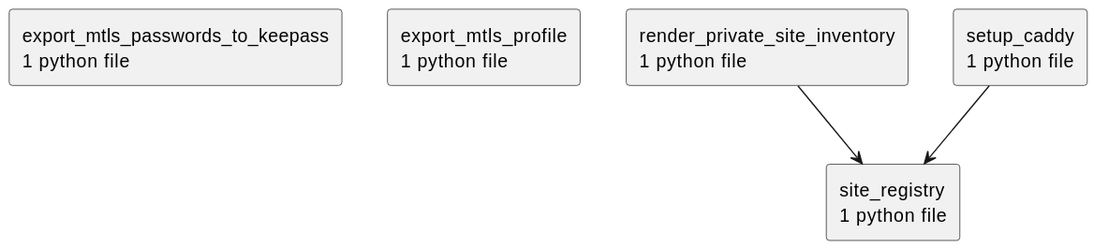
casonk/wiring-harness keeps this PlantUML diagram as docs/diagrams/python-packages.puml.svg. Above is the earlier version.
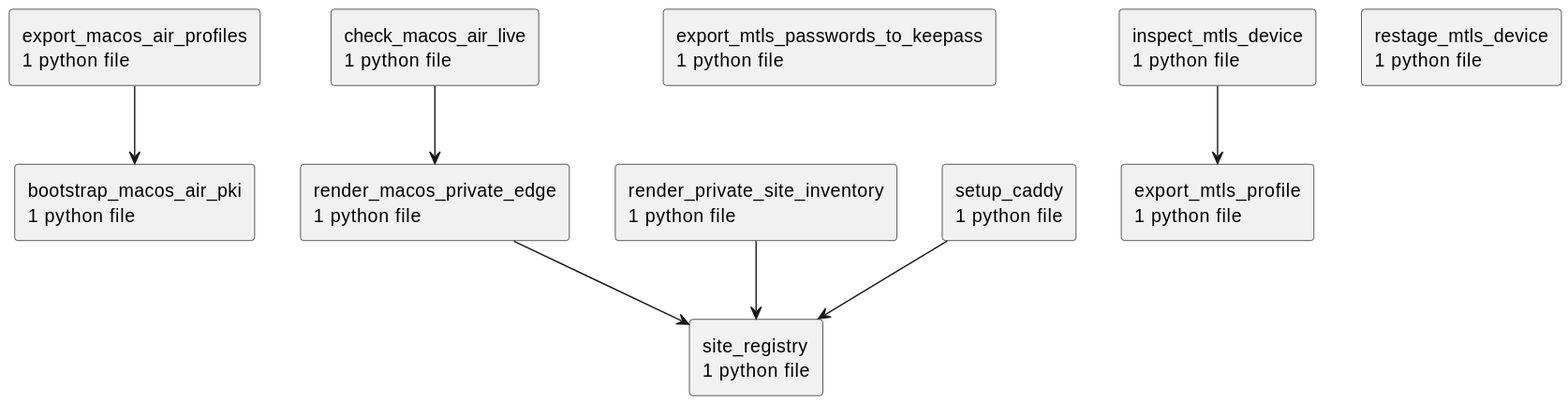
The same file after the commit.

The edit, as a diff of the source:
```diff
@@ -2,11 +2,21 @@
 set namespaceSeparator none
 top to bottom direction
 skinparam componentStyle rectangle
+rectangle "bootstrap_macos_air_pki\n1 python file" as bootstrap_macos_air_pki
+rectangle "check_macos_air_live\n1 python file" as check_macos_air_live
+rectangle "export_macos_air_profiles\n1 python file" as export_macos_air_profiles
 rectangle "export_mtls_passwords_to_keepass\n1 python file" as export_mtls_passwords_to_keepass
 rectangle "export_mtls_profile\n1 python file" as export_mtls_profile
+rectangle "inspect_mtls_device\n1 python file" as inspect_mtls_device
+rectangle "render_macos_private_edge\n1 python file" as render_macos_private_edge
 rectangle "render_private_site_inventory\n1 python file" as render_private_site_inventory
+rectangle "restage_mtls_device\n1 python file" as restage_mtls_device
 rectangle "setup_caddy\n1 python file" as setup_caddy
 rectangle "site_registry\n1 python file" as site_registry
+check_macos_air_live --> render_macos_private_edge
+export_macos_air_profiles --> bootstrap_macos_air_pki
+inspect_mtls_device --> export_mtls_profile
+render_macos_private_edge --> site_registry
 render_private_site_inventory --> site_registry
 setup_caddy --> site_registry
 @enduml
```
